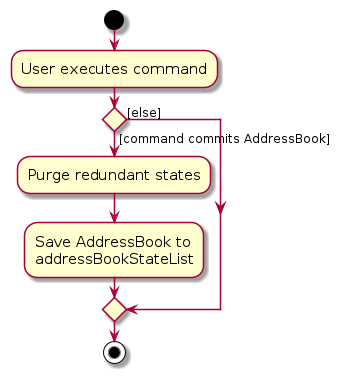
Before: diagrams/CommitActivityDiagram.png, a diagram exported from PlantUML (AY2627S1-CS2103T-F14a-4/tp). Its source is kept beside it as diagrams/CommitActivityDiagram.puml. The source it was exported from:
```plantuml
@startuml
skin rose
skinparam ActivityFontSize 15
skinparam ArrowFontSize 12
start
:User executes command;


if () then ([command commits AddressBook])
    :Purge redundant states;
    :Save AddressBook to
    addressBookStateList;
else ([else])
endif
stop
@enduml
```
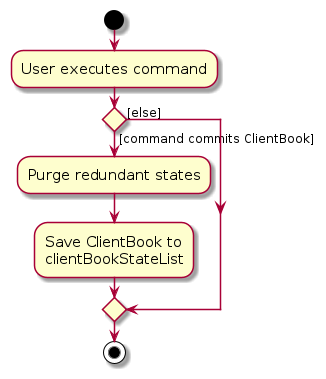
Above is the later version.

Change to the diagram source:
```diff
@@ -6,10 +6,10 @@
 :User executes command;
 
 
-if () then ([command commits AddressBook])
+if () then ([command commits ClientBook])
     :Purge redundant states;
-    :Save AddressBook to
-    addressBookStateList;
+    :Save ClientBook to
+    clientBookStateList;
 else ([else])
 endif
 stop
```
